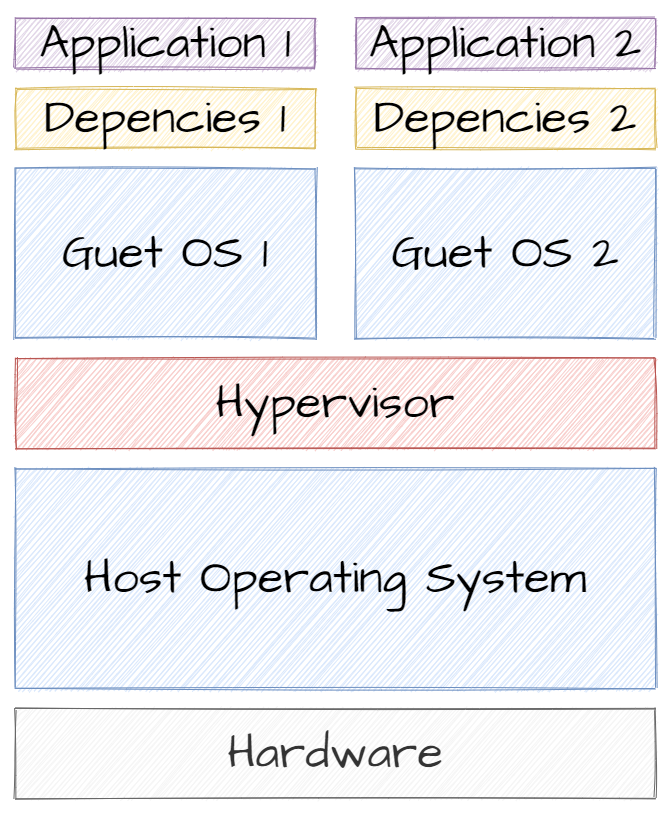
The draw.io diagram lectures/img/virtualisation.png in Ensai-school/software-engineering-2021-2022, before a commit. Source tidied: cells renumbered, new cells last; positions are measured from the earlier drawing's top-left corner, leaving out a move shared by most shapes. Its diagram source:
```xml
<mxGraphModel>
  <root>
    <mxCell id="0" />
    <mxCell id="1" parent="0" />
    <mxCell id="2" value="Hardware" style="rounded=0;whiteSpace=wrap;html=1;fontFamily=Architects Daughter;fontSize=47;fillColor=#f5f5f5;strokeColor=#666666;fontColor=#333333;sketch=1;" parent="1" vertex="1">
      <mxGeometry y="690" width="640" height="90" as="geometry" />
    </mxCell>
    <mxCell id="3" value="Host Operating System" style="rounded=0;whiteSpace=wrap;html=1;fontFamily=Architects Daughter;fontSize=47;sketch=1;fillColor=#dae8fc;strokeColor=#6c8ebf;" parent="1" vertex="1">
      <mxGeometry y="450" width="640" height="220" as="geometry" />
    </mxCell>
    <mxCell id="4" value="Hypervisor" style="rounded=0;whiteSpace=wrap;html=1;fontFamily=Architects Daughter;fontSize=47;sketch=1;fillColor=#f8cecc;strokeColor=#b85450;" parent="1" vertex="1">
      <mxGeometry y="340" width="640" height="90" as="geometry" />
    </mxCell>
    <mxCell id="5" value="Guet OS 1" style="rounded=0;whiteSpace=wrap;html=1;fontFamily=Architects Daughter;fontSize=47;sketch=1;fillColor=#dae8fc;strokeColor=#6c8ebf;" parent="1" vertex="1">
      <mxGeometry y="150" width="300" height="170" as="geometry" />
    </mxCell>
    <mxCell id="6" value="Depencies 1" style="rounded=0;whiteSpace=wrap;html=1;fontFamily=Architects Daughter;fontSize=47;sketch=1;fillColor=#fff2cc;strokeColor=#d6b656;" parent="1" vertex="1">
      <mxGeometry y="70" width="300" height="60" as="geometry" />
    </mxCell>
    <mxCell id="7" value="Application 1" style="rounded=0;whiteSpace=wrap;html=1;fontFamily=Architects Daughter;fontSize=47;sketch=1;fillColor=#e1d5e7;strokeColor=#9673a6;" parent="1" vertex="1">
      <mxGeometry width="300" height="50" as="geometry" />
    </mxCell>
    <mxCell id="8" value="Guet OS 2" style="rounded=0;whiteSpace=wrap;html=1;fontFamily=Architects Daughter;fontSize=47;sketch=1;fillColor=#dae8fc;strokeColor=#6c8ebf;" parent="1" vertex="1">
      <mxGeometry x="340" y="150" width="300" height="170" as="geometry" />
    </mxCell>
    <mxCell id="9" value="Depencies 2" style="rounded=0;whiteSpace=wrap;html=1;fontFamily=Architects Daughter;fontSize=47;sketch=1;fillColor=#fff2cc;strokeColor=#d6b656;" parent="1" vertex="1">
      <mxGeometry x="340" y="70" width="300" height="60" as="geometry" />
    </mxCell>
    <mxCell id="10" value="Application 2" style="rounded=0;whiteSpace=wrap;html=1;fontFamily=Architects Daughter;fontSize=47;sketch=1;fillColor=#e1d5e7;strokeColor=#9673a6;" parent="1" vertex="1">
      <mxGeometry x="340" width="300" height="50" as="geometry" />
    </mxCell>
  </root>
</mxGraphModel>
```
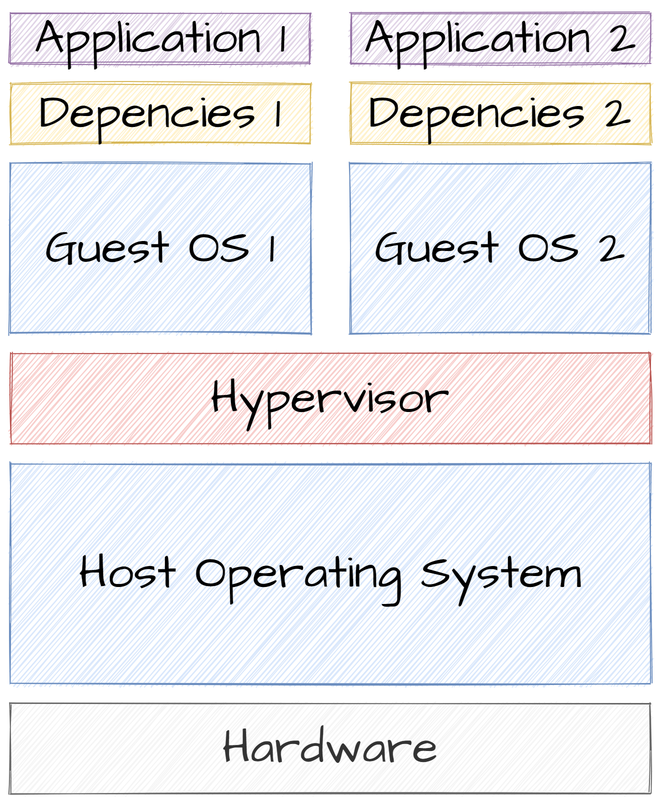
Later version of the same file.

What changed in the source:
```diff
@@ -11,7 +11,7 @@
     <mxCell id="4" value="Hypervisor" style="rounded=0;whiteSpace=wrap;html=1;fontFamily=Architects Daughter;fontSize=47;sketch=1;fillColor=#f8cecc;strokeColor=#b85450;" parent="1" vertex="1">
       <mxGeometry y="340" width="640" height="90" as="geometry" />
     </mxCell>
-    <mxCell id="5" value="Guet OS 1" style="rounded=0;whiteSpace=wrap;html=1;fontFamily=Architects Daughter;fontSize=47;sketch=1;fillColor=#dae8fc;strokeColor=#6c8ebf;" parent="1" vertex="1">
+    <mxCell id="5" value="Guest OS 1" style="rounded=0;whiteSpace=wrap;html=1;fontFamily=Architects Daughter;fontSize=47;sketch=1;fillColor=#dae8fc;strokeColor=#6c8ebf;" parent="1" vertex="1">
       <mxGeometry y="150" width="300" height="170" as="geometry" />
     </mxCell>
     <mxCell id="6" value="Depencies 1" style="rounded=0;whiteSpace=wrap;html=1;fontFamily=Architects Daughter;fontSize=47;sketch=1;fillColor=#fff2cc;strokeColor=#d6b656;" parent="1" vertex="1">
@@ -20,7 +20,7 @@
     <mxCell id="7" value="Application 1" style="rounded=0;whiteSpace=wrap;html=1;fontFamily=Architects Daughter;fontSize=47;sketch=1;fillColor=#e1d5e7;strokeColor=#9673a6;" parent="1" vertex="1">
       <mxGeometry width="300" height="50" as="geometry" />
     </mxCell>
-    <mxCell id="8" value="Guet OS 2" style="rounded=0;whiteSpace=wrap;html=1;fontFamily=Architects Daughter;fontSize=47;sketch=1;fillColor=#dae8fc;strokeColor=#6c8ebf;" parent="1" vertex="1">
+    <mxCell id="8" value="Guest OS 2" style="rounded=0;whiteSpace=wrap;html=1;fontFamily=Architects Daughter;fontSize=47;sketch=1;fillColor=#dae8fc;strokeColor=#6c8ebf;" parent="1" vertex="1">
       <mxGeometry x="340" y="150" width="300" height="170" as="geometry" />
     </mxCell>
     <mxCell id="9" value="Depencies 2" style="rounded=0;whiteSpace=wrap;html=1;fontFamily=Architects Daughter;fontSize=47;sketch=1;fillColor=#fff2cc;strokeColor=#d6b656;" parent="1" vertex="1">
```
